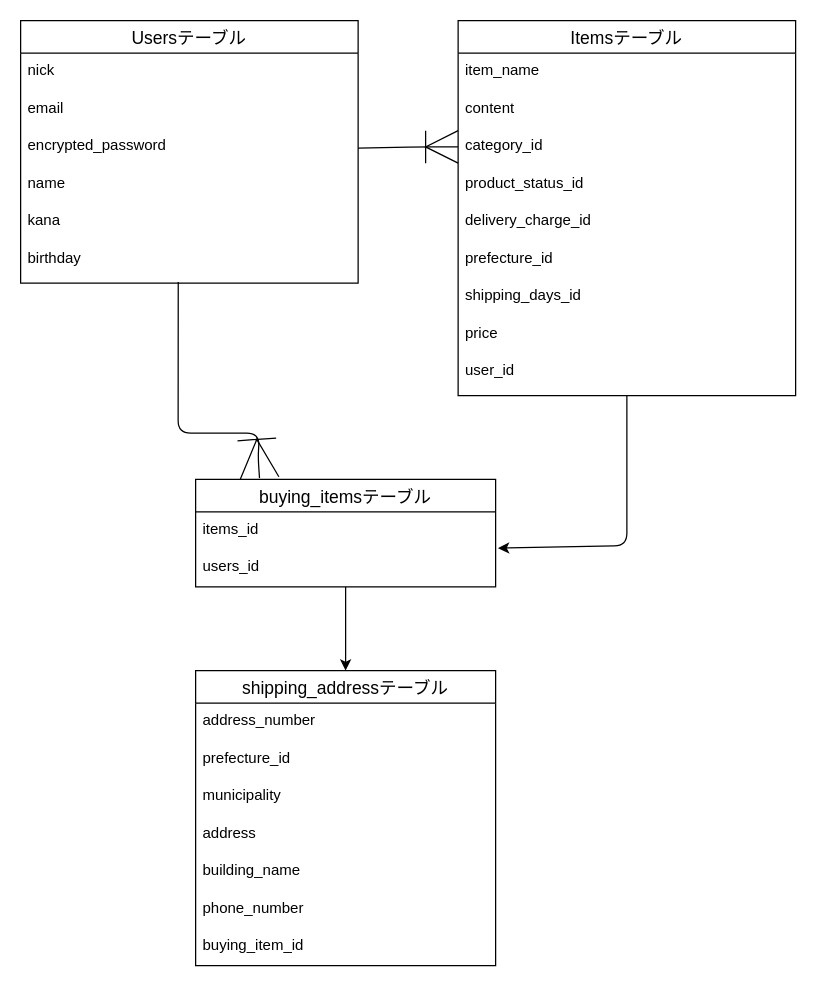
Earlier version of the draw.io diagram test.dio (yuukimatsuyama/furima-37943). Source tidied: cells renumbered, new cells numbered last; positions are measured from the earlier drawing's top-left corner, leaving out a move shared by most shapes. Both pictures are drawn from the tidied source at 125%, with x=0, y=0 at pixel (20, 20).
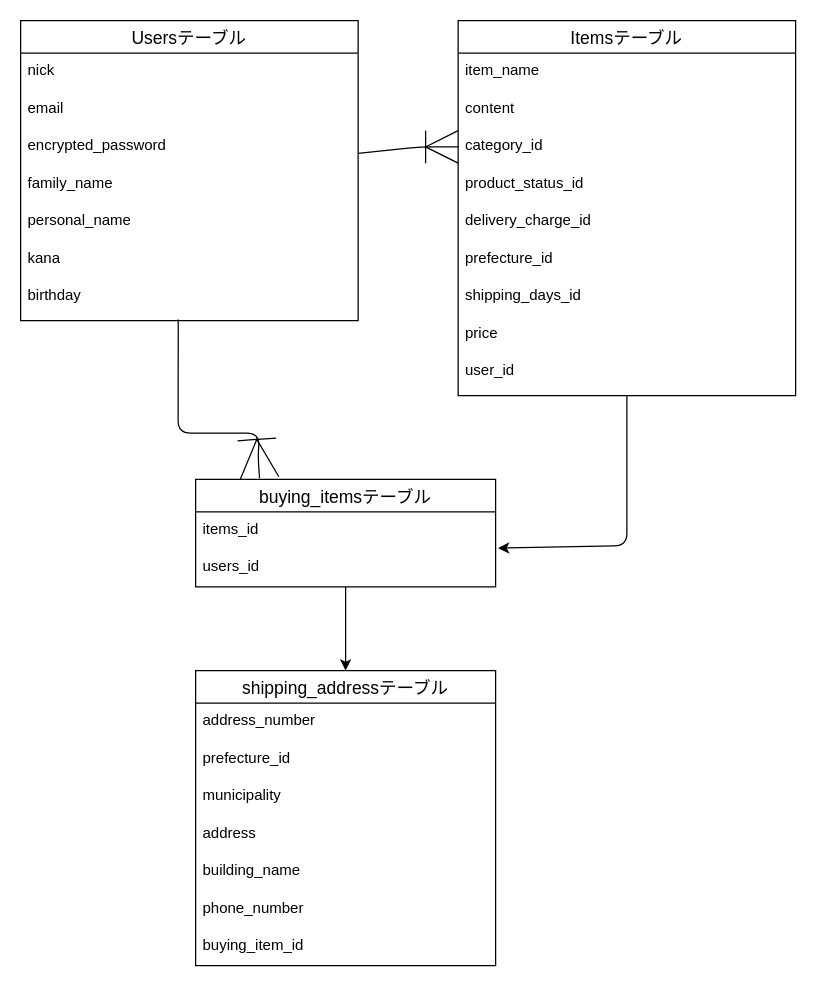
After the change.

Commit message (it also covers changes not shown here):
データベースの設計(再修正)

データベース設計の再提出

Diff of the diagram source:
```diff
@@
     <mxCell id="3" value="Usersテーブル" style="swimlane;fontStyle=0;horizontal=1;startSize=26;align=center;fontSize=14;" parent="1" vertex="1">
-      <mxGeometry width="270" height="210" as="geometry" />
+      <mxGeometry width="270" height="240" as="geometry" />
     </mxCell>
@@
+    <mxCell id="34" value="family_name" style="text;strokeColor=none;fillColor=none;spacingLeft=4;spacingRight=4;overflow=hidden;fontSize=12;" parent="3" vertex="1">
+      <mxGeometry y="116" width="270" height="30" as="geometry" />
+    </mxCell>
-    <mxCell id="7" value="name" style="text;strokeColor=none;fillColor=none;spacingLeft=4;spacingRight=4;overflow=hidden;fontSize=12;" parent="3" vertex="1">
-      <mxGeometry y="116" width="270" height="30" as="geometry" />
+    <mxCell id="7" value="personal_name" style="text;strokeColor=none;fillColor=none;spacingLeft=4;spacingRight=4;overflow=hidden;fontSize=12;" parent="3" vertex="1">
+      <mxGeometry y="146" width="270" height="30" as="geometry" />
     </mxCell>
     <mxCell id="8" value="kana" style="text;strokeColor=none;fillColor=none;spacingLeft=4;spacingRight=4;overflow=hidden;fontSize=12;" parent="3" vertex="1">
-      <mxGeometry y="146" width="270" height="30" as="geometry" />
+      <mxGeometry y="176" width="270" height="30" as="geometry" />
     </mxCell>
     <mxCell id="9" value="birthday" style="text;strokeColor=none;fillColor=none;spacingLeft=4;spacingRight=4;overflow=hidden;points=[[0,0.5],[1,0.5]];portConstraint=eastwest;fontSize=12;" parent="3" vertex="1">
-      <mxGeometry y="176" width="270" height="34" as="geometry" />
+      <mxGeometry y="206" width="270" height="34" as="geometry" />
     </mxCell>
```
